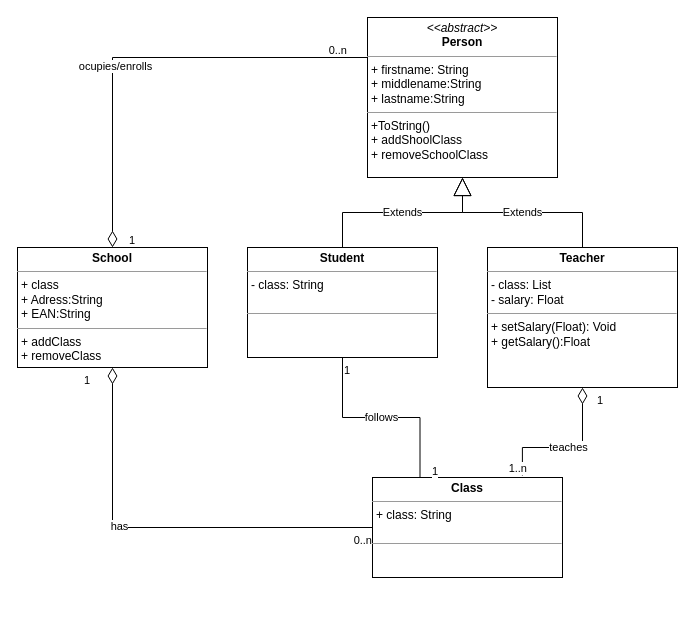
The draw.io diagram A School Class Diagram.drawio in kimo1ucl/PHP-OOP-Opgave-Testing-A-Model-Class, before the edit. Source tidied: cells renumbered, new cells numbered last; positions are measured from the earlier drawing's top-left corner, leaving out a move shared by most shapes. Both pictures are drawn from the tidied source at 100%, with x=0, y=0 at pixel (17, 17).
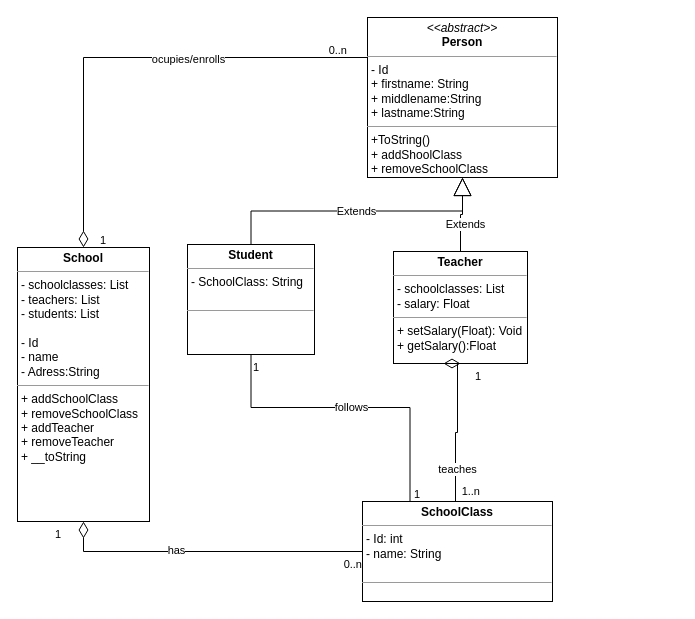
Above is the later version.

Unchanged cells that the change refers to:
```xml
<mxCell id="9" style="endArrow=0;html=1;endSize=12;startArrow=diamondThin;startSize=14;startFill=0;edgeStyle=orthogonalEdgeStyle;rounded=0;entryX=0;entryY=0.25;entryDx=0;entryDy=0;exitX=0.5;exitY=0;exitDx=0;exitDy=0;" parent="1" edge="1" source="8" target="2">
  <mxGeometry relative="1" as="geometry" />
</mxCell>
```

Diff of the diagram source:
```diff
@@
-    <mxCell id="2" value="&lt;p style=&quot;margin: 0px ; margin-top: 4px ; text-align: center&quot;&gt;&lt;i&gt;&amp;lt;&amp;lt;abstract&amp;gt;&amp;gt;&lt;/i&gt;&lt;br&gt;&lt;b&gt;Person&lt;/b&gt;&lt;/p&gt;&lt;hr size=&quot;1&quot;&gt;&lt;p style=&quot;margin: 0px ; margin-left: 4px&quot;&gt;+ firstname: String&lt;/p&gt;&lt;p style=&quot;margin: 0px ; margin-left: 4px&quot;&gt;+ middlename:String&lt;/p&gt;&lt;p style=&quot;margin: 0px ; margin-left: 4px&quot;&gt;+ lastname:String&lt;br&gt;&lt;/p&gt;&lt;hr size=&quot;1&quot;&gt;&lt;p style=&quot;margin: 0px ; margin-left: 4px&quot;&gt;+ToString()&lt;/p&gt;&lt;p style=&quot;margin: 0px 0px 0px 4px&quot;&gt;+ addShoolClass&lt;/p&gt;&lt;p style=&quot;margin: 0px 0px 0px 4px&quot;&gt;+ removeSchoolClass&lt;/p&gt;" style="verticalAlign=top;align=left;overflow=fill;fontSize=12;fontFamily=Helvetica;html=1;rounded=0;shadow=0;comic=0;labelBackgroundColor=none;strokeWidth=1;" parent="1" vertex="1">
+    <mxCell id="2" value="&lt;p style=&quot;margin: 0px ; margin-top: 4px ; text-align: center&quot;&gt;&lt;i&gt;&amp;lt;&amp;lt;abstract&amp;gt;&amp;gt;&lt;/i&gt;&lt;br&gt;&lt;b&gt;Person&lt;/b&gt;&lt;/p&gt;&lt;hr size=&quot;1&quot;&gt;&lt;p style=&quot;margin: 0px ; margin-left: 4px&quot;&gt;- Id&lt;/p&gt;&lt;p style=&quot;margin: 0px ; margin-left: 4px&quot;&gt;+ firstname: String&lt;/p&gt;&lt;p style=&quot;margin: 0px ; margin-left: 4px&quot;&gt;+ middlename:String&lt;/p&gt;&lt;p style=&quot;margin: 0px ; margin-left: 4px&quot;&gt;+ lastname:String&lt;br&gt;&lt;/p&gt;&lt;hr size=&quot;1&quot;&gt;&lt;p style=&quot;margin: 0px ; margin-left: 4px&quot;&gt;+ToString()&lt;/p&gt;&lt;p style=&quot;margin: 0px 0px 0px 4px&quot;&gt;+ addShoolClass&lt;/p&gt;&lt;p style=&quot;margin: 0px 0px 0px 4px&quot;&gt;+ removeSchoolClass&lt;/p&gt;" style="verticalAlign=top;align=left;overflow=fill;fontSize=12;fontFamily=Helvetica;html=1;rounded=0;shadow=0;comic=0;labelBackgroundColor=none;strokeWidth=1;" parent="1" vertex="1">
       <mxGeometry x="350" width="190" height="160" as="geometry" />
     </mxCell>
-    <mxCell id="3" value="&lt;p style=&quot;margin: 0px ; margin-top: 4px ; text-align: center&quot;&gt;&lt;b&gt;Student&lt;/b&gt;&lt;/p&gt;&lt;hr size=&quot;1&quot;&gt;&lt;p style=&quot;margin: 0px ; margin-left: 4px&quot;&gt;- class: String&lt;br&gt;&lt;br&gt;&lt;/p&gt;&lt;hr size=&quot;1&quot;&gt;&lt;p style=&quot;margin: 0px ; margin-left: 4px&quot;&gt;&lt;br&gt;&lt;/p&gt;" style="verticalAlign=top;align=left;overflow=fill;fontSize=12;fontFamily=Helvetica;html=1;rounded=0;shadow=0;comic=0;labelBackgroundColor=none;strokeWidth=1;" parent="1" vertex="1">
-      <mxGeometry x="230" y="230" width="190" height="110" as="geometry" />
+    <mxCell id="3" value="&lt;p style=&quot;margin: 0px ; margin-top: 4px ; text-align: center&quot;&gt;&lt;b&gt;Student&lt;/b&gt;&lt;/p&gt;&lt;hr size=&quot;1&quot;&gt;&lt;p style=&quot;margin: 0px ; margin-left: 4px&quot;&gt;- SchoolClass: String&lt;br&gt;&lt;br&gt;&lt;/p&gt;&lt;hr size=&quot;1&quot;&gt;&lt;p style=&quot;margin: 0px ; margin-left: 4px&quot;&gt;&lt;br&gt;&lt;/p&gt;" style="verticalAlign=top;align=left;overflow=fill;fontSize=12;fontFamily=Helvetica;html=1;rounded=0;shadow=0;comic=0;labelBackgroundColor=none;strokeWidth=1;" parent="1" vertex="1">
+      <mxGeometry x="170" y="227" width="127" height="110" as="geometry" />
     </mxCell>
@@
-    <mxCell id="5" value="&lt;p style=&quot;margin: 0px ; margin-top: 4px ; text-align: center&quot;&gt;&lt;b&gt;Teacher&lt;/b&gt;&lt;/p&gt;&lt;hr size=&quot;1&quot;&gt;&lt;p style=&quot;margin: 0px ; margin-left: 4px&quot;&gt;- class: List&lt;br&gt;- salary: Float&lt;/p&gt;&lt;hr size=&quot;1&quot;&gt;&lt;p style=&quot;margin: 0px ; margin-left: 4px&quot;&gt;&lt;span&gt;+ setSalary(Float): Void&lt;/span&gt;&lt;br&gt;&lt;/p&gt;&lt;p style=&quot;margin: 0px 0px 0px 4px&quot;&gt;+ getSalary():Float&lt;/p&gt;" style="verticalAlign=top;align=left;overflow=fill;fontSize=12;fontFamily=Helvetica;html=1;rounded=0;shadow=0;comic=0;labelBackgroundColor=none;strokeWidth=1;" parent="1" vertex="1">
-      <mxGeometry x="470" y="230" width="190" height="140" as="geometry" />
+    <mxCell id="5" value="&lt;p style=&quot;margin: 0px ; margin-top: 4px ; text-align: center&quot;&gt;&lt;b&gt;Teacher&lt;/b&gt;&lt;/p&gt;&lt;hr size=&quot;1&quot;&gt;&lt;p style=&quot;margin: 0px ; margin-left: 4px&quot;&gt;- schoolclasses: List&lt;br&gt;- salary: Float&lt;/p&gt;&lt;hr size=&quot;1&quot;&gt;&lt;p style=&quot;margin: 0px ; margin-left: 4px&quot;&gt;&lt;span&gt;+ setSalary(Float): Void&lt;/span&gt;&lt;br&gt;&lt;/p&gt;&lt;p style=&quot;margin: 0px 0px 0px 4px&quot;&gt;+ getSalary():Float&lt;/p&gt;" style="verticalAlign=top;align=left;overflow=fill;fontSize=12;fontFamily=Helvetica;html=1;rounded=0;shadow=0;comic=0;labelBackgroundColor=none;strokeWidth=1;" parent="1" vertex="1">
+      <mxGeometry x="376" y="234" width="134" height="112" as="geometry" />
     </mxCell>
     <mxCell id="6" value="Extends" style="endArrow=block;endSize=16;endFill=0;html=1;rounded=0;entryX=0.5;entryY=1;entryDx=0;entryDy=0;exitX=0.5;exitY=0;exitDx=0;exitDy=0;edgeStyle=orthogonalEdgeStyle;" parent="1" edge="1" source="5" target="2">
-      <mxGeometry relative="1" as="geometry" />
+      <mxGeometry x="-0.29" y="-5" relative="1" as="geometry" />
     </mxCell>
-    <mxCell id="7" value="&lt;p style=&quot;margin: 0px ; margin-top: 4px ; text-align: center&quot;&gt;&lt;b&gt;Class&lt;/b&gt;&lt;/p&gt;&lt;hr size=&quot;1&quot;&gt;&lt;p style=&quot;margin: 0px ; margin-left: 4px&quot;&gt;+ class: String&lt;br&gt;&lt;br&gt;&lt;/p&gt;&lt;hr size=&quot;1&quot;&gt;&lt;p style=&quot;margin: 0px ; margin-left: 4px&quot;&gt;&lt;br&gt;&lt;/p&gt;" style="verticalAlign=top;align=left;overflow=fill;fontSize=12;fontFamily=Helvetica;html=1;rounded=0;shadow=0;comic=0;labelBackgroundColor=none;strokeWidth=1;" parent="1" vertex="1">
-      <mxGeometry x="355" y="460" width="190" height="100" as="geometry" />
+    <mxCell id="7" value="&lt;p style=&quot;margin: 0px ; margin-top: 4px ; text-align: center&quot;&gt;&lt;b&gt;SchoolClass&lt;/b&gt;&lt;/p&gt;&lt;hr size=&quot;1&quot;&gt;&lt;p style=&quot;margin: 0px ; margin-left: 4px&quot;&gt;&lt;span&gt;- Id: int&lt;/span&gt;&lt;/p&gt;&lt;p style=&quot;margin: 0px ; margin-left: 4px&quot;&gt;- name: String&lt;br&gt;&lt;br&gt;&lt;/p&gt;&lt;hr size=&quot;1&quot;&gt;&lt;p style=&quot;margin: 0px ; margin-left: 4px&quot;&gt;&lt;br&gt;&lt;/p&gt;" style="verticalAlign=top;align=left;overflow=fill;fontSize=12;fontFamily=Helvetica;html=1;rounded=0;shadow=0;comic=0;labelBackgroundColor=none;strokeWidth=1;" parent="1" vertex="1">
+      <mxGeometry x="345" y="484" width="190" height="100" as="geometry" />
     </mxCell>
-    <mxCell id="8" value="&lt;p style=&quot;margin: 0px ; margin-top: 4px ; text-align: center&quot;&gt;&lt;b&gt;School&lt;/b&gt;&lt;/p&gt;&lt;hr size=&quot;1&quot;&gt;&lt;p style=&quot;margin: 0px ; margin-left: 4px&quot;&gt;+ class&lt;/p&gt;&lt;p style=&quot;margin: 0px ; margin-left: 4px&quot;&gt;+ Adress:String&lt;/p&gt;&lt;p style=&quot;margin: 0px ; margin-left: 4px&quot;&gt;&lt;span&gt;+ EAN:String&lt;/span&gt;&lt;/p&gt;&lt;hr size=&quot;1&quot;&gt;&lt;p style=&quot;margin: 0px 0px 0px 4px&quot;&gt;+ addClass&lt;br&gt;&lt;/p&gt;&lt;p style=&quot;margin: 0px 0px 0px 4px&quot;&gt;+ removeClass&lt;/p&gt;" style="verticalAlign=top;align=left;overflow=fill;fontSize=12;fontFamily=Helvetica;html=1;rounded=0;shadow=0;comic=0;labelBackgroundColor=none;strokeWidth=1;" parent="1" vertex="1">
-      <mxGeometry y="230" width="190" height="120" as="geometry" />
+    <mxCell id="8" value="&lt;p style=&quot;margin: 0px ; margin-top: 4px ; text-align: center&quot;&gt;&lt;b&gt;School&lt;/b&gt;&lt;/p&gt;&lt;hr size=&quot;1&quot;&gt;&lt;p style=&quot;margin: 0px ; margin-left: 4px&quot;&gt;- schoolclasses: List&lt;br&gt;&lt;/p&gt;&lt;p style=&quot;margin: 0px ; margin-left: 4px&quot;&gt;- teachers: List&lt;br&gt;&lt;/p&gt;&lt;p style=&quot;margin: 0px ; margin-left: 4px&quot;&gt;- students: List&lt;/p&gt;&lt;p style=&quot;margin: 0px ; margin-left: 4px&quot;&gt;&lt;br&gt;&lt;/p&gt;&lt;p style=&quot;margin: 0px ; margin-left: 4px&quot;&gt;- Id&lt;/p&gt;&lt;p style=&quot;margin: 0px ; margin-left: 4px&quot;&gt;&lt;span&gt;- name&lt;/span&gt;&lt;/p&gt;&lt;p style=&quot;margin: 0px ; margin-left: 4px&quot;&gt;&lt;span&gt;- Adress:String&lt;/span&gt;&lt;/p&gt;&lt;hr size=&quot;1&quot;&gt;&lt;p style=&quot;margin: 0px 0px 0px 4px&quot;&gt;+ addSchoolClass&lt;br&gt;&lt;/p&gt;&lt;p style=&quot;margin: 0px 0px 0px 4px&quot;&gt;+ removeSchoolClass&lt;/p&gt;&lt;p style=&quot;margin: 0px 0px 0px 4px&quot;&gt;+ addTeacher&lt;/p&gt;&lt;p style=&quot;margin: 0px 0px 0px 4px&quot;&gt;+ removeTeacher&lt;/p&gt;&lt;p style=&quot;margin: 0px 0px 0px 4px&quot;&gt;+ __toString&lt;/p&gt;" style="verticalAlign=top;align=left;overflow=fill;fontSize=12;fontFamily=Helvetica;html=1;rounded=0;shadow=0;comic=0;labelBackgroundColor=none;strokeWidth=1;" parent="1" vertex="1">
+      <mxGeometry y="230" width="132" height="274" as="geometry" />
     </mxCell>
@@
     <mxCell id="12" value="ocupies/enrolls" style="edgeLabel;html=1;align=center;verticalAlign=middle;" parent="9" vertex="1">
-      <mxGeometry x="-0.18" y="-2" relative="1" as="geometry" />
+      <mxGeometry x="-0.18" y="-2" relative="1" as="geometry">
+        <mxPoint x="100" y="-1" as="offset" />
+      </mxGeometry>
     </mxCell>
@@
     <mxCell id="17" value="follows" style="endArrow=0;html=1;endSize=12;startArrow=0;startSize=14;startFill=0;edgeStyle=orthogonalEdgeStyle;rounded=0;entryX=0.25;entryY=0;entryDx=0;entryDy=0;" parent="1" edge="1" source="3" target="7">
-      <mxGeometry relative="1" as="geometry" />
+      <mxGeometry relative="1" as="geometry">
+        <Array as="points">
+          <mxPoint x="234" y="390" />
+          <mxPoint x="393" y="390" />
+        </Array>
+      </mxGeometry>
     </mxCell>
@@
     <mxCell id="19" value="1" style="edgeLabel;html=1;align=right;verticalAlign=top;" parent="17" vertex="1">
       <mxGeometry x="1" relative="1" as="geometry">
-        <mxPoint x="18" y="-20" as="offset" />
+        <mxPoint x="10" y="-20" as="offset" />
       </mxGeometry>
     </mxCell>
@@
-    <mxCell id="21" value="teaches" style="endArrow=0;html=1;endSize=12;startArrow=diamondThin;startSize=14;startFill=0;edgeStyle=orthogonalEdgeStyle;rounded=0;entryX=0.789;entryY=-0.02;entryDx=0;entryDy=0;entryPerimeter=0;exitX=0.5;exitY=1;exitDx=0;exitDy=0;" parent="1" edge="1" source="5" target="7">
-      <mxGeometry relative="1" as="geometry">
+    <mxCell id="21" value="teaches" style="endArrow=0;html=1;endSize=12;startArrow=diamondThin;startSize=14;startFill=0;edgeStyle=orthogonalEdgeStyle;rounded=0;exitX=0.5;exitY=1;exitDx=0;exitDy=0;entryX=0.5;entryY=0;entryDx=0;entryDy=0;" parent="1" edge="1" source="5" target="7">
+      <mxGeometry x="0.53" y="2" relative="1" as="geometry">
         <Array as="points">
-          <mxPoint x="565" y="430" />
-          <mxPoint x="505" y="430" />
+          <mxPoint x="440" y="346" />
+          <mxPoint x="440" y="415" />
+          <mxPoint x="438" y="415" />
+          <mxPoint x="438" y="484" />
         </Array>
       </mxGeometry>
     </mxCell>
@@
     <mxCell id="23" value="1..n" style="edgeLabel;html=1;align=right;verticalAlign=top;" parent="21" vertex="1">
       <mxGeometry x="1" relative="1" as="geometry">
-        <mxPoint x="5" y="-20" as="offset" />
+        <mxPoint x="23" y="-23" as="offset" />
       </mxGeometry>
     </mxCell>
```
